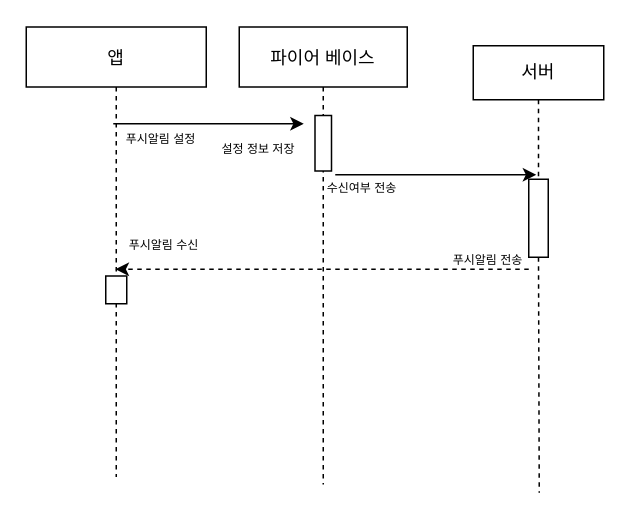
Before: Untitled Diagram.drawio in seongjin17/gnu, a draw.io diagram. Source tidied: cells renumbered, new cells numbered last; positions are measured from the earlier drawing's top-left corner, leaving out a move shared by most shapes. Both pictures are drawn from the tidied source at 150%, with x=0, y=0 at pixel (26, 26).
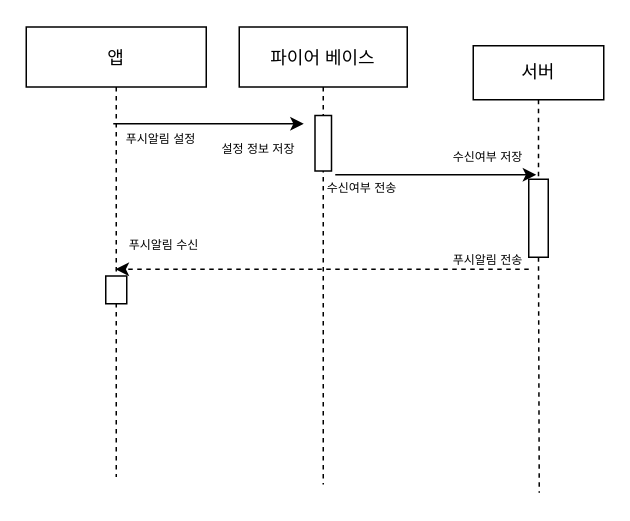
The same page after the edit.

What changed in the source:
```diff
@@
+    <mxCell id="18" value="수신여부 저장" style="text;html=1;strokeColor=none;fillColor=none;align=center;verticalAlign=middle;whiteSpace=wrap;rounded=0;fontSize=8;" parent="1" vertex="1">
+      <mxGeometry x="278" y="78" width="60" height="18" as="geometry" />
+    </mxCell>
```
